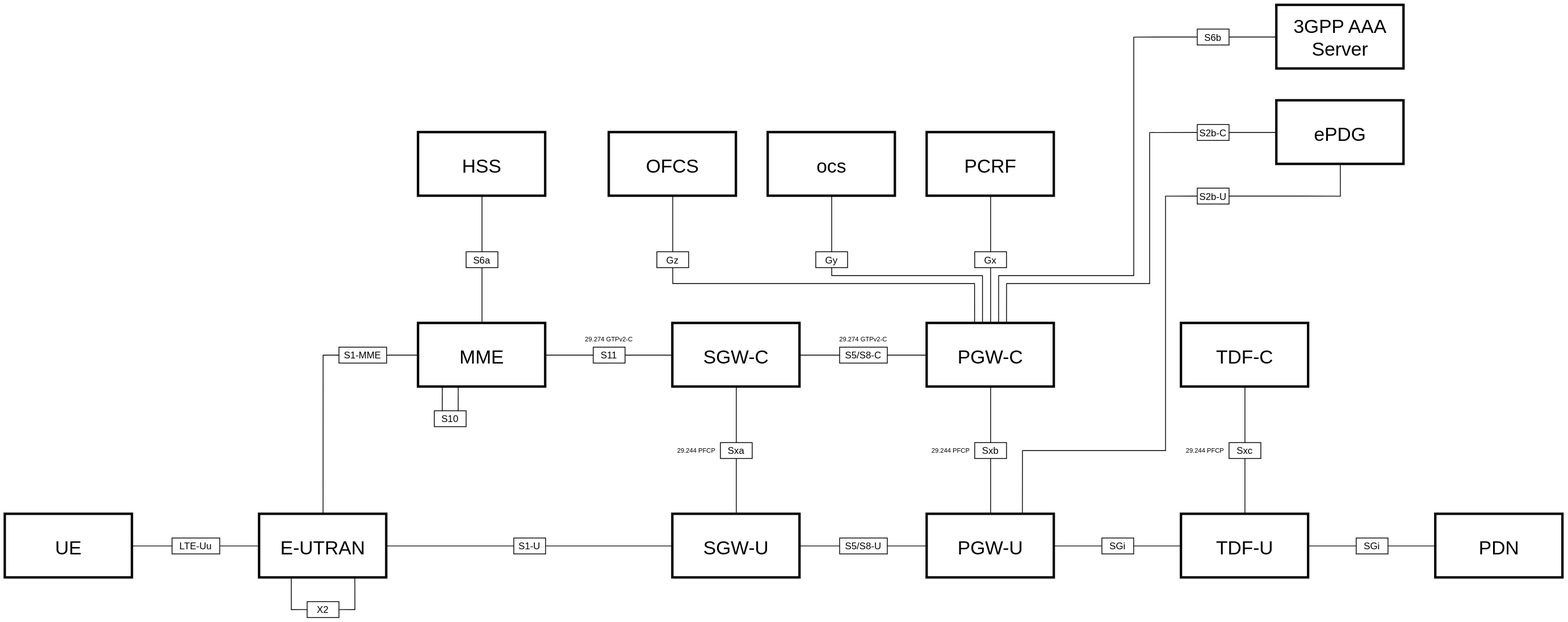
Earlier version of the draw.io export images/epc-architecture.svg (amirsarebani81/core-network). Source tidied: cells renumbered, new cells last; positions are measured from the earlier drawing's top-left corner, leaving out a move shared by most shapes.
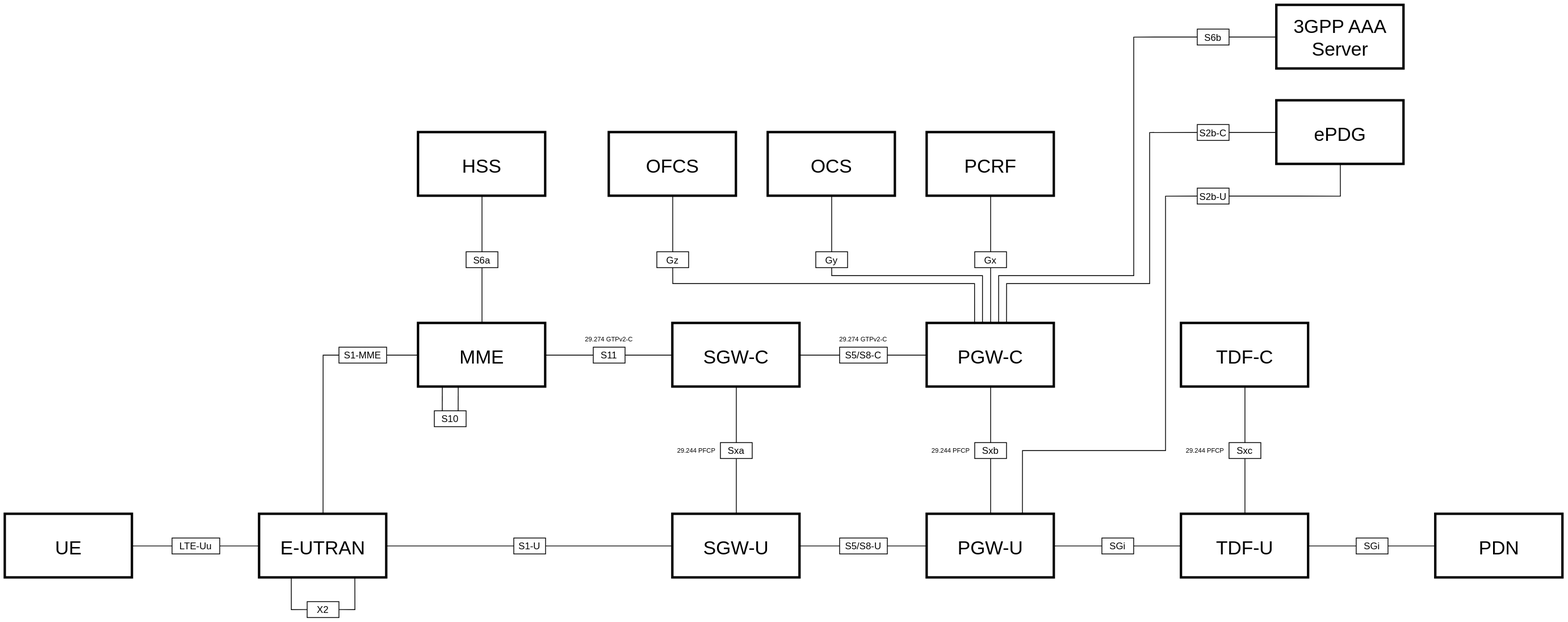
The same file after the commit.

Diff of the diagram source:
```diff
@@ -190,7 +190,7 @@
     <mxCell id="61" style="edgeStyle=orthogonalEdgeStyle;rounded=0;jettySize=auto;html=1;exitX=0.5;exitY=1;exitDx=0;exitDy=0;entryX=0.5;entryY=0;entryDx=0;entryDy=0;endArrow=none;endFill=0;convertToSvg=1;" parent="1" edge="1" source="62" target="65">
       <mxGeometry relative="1" as="geometry" />
     </mxCell>
-    <mxCell id="62" value="ocs" style="rounded=0;whiteSpace=wrap;html=1;fontFamily=Helvetica;fontSize=24;strokeWidth=3;convertToSvg=1;svgWhiteSpace=wrap;" parent="1" vertex="1">
+    <mxCell id="62" value="OCS" style="rounded=0;whiteSpace=wrap;html=1;fontFamily=Helvetica;fontSize=24;strokeWidth=3;convertToSvg=1;svgWhiteSpace=wrap;" parent="1" vertex="1">
       <mxGeometry x="960" y="160" width="160" height="80" as="geometry" />
     </mxCell>
     <mxCell id="63" style="edgeStyle=orthogonalEdgeStyle;rounded=0;jettySize=auto;html=1;exitX=0.5;exitY=1;exitDx=0;exitDy=0;entryX=0.5;entryY=0;entryDx=0;entryDy=0;endArrow=none;endFill=0;convertToSvg=1;" parent="1" edge="1" source="64" target="66">
```
